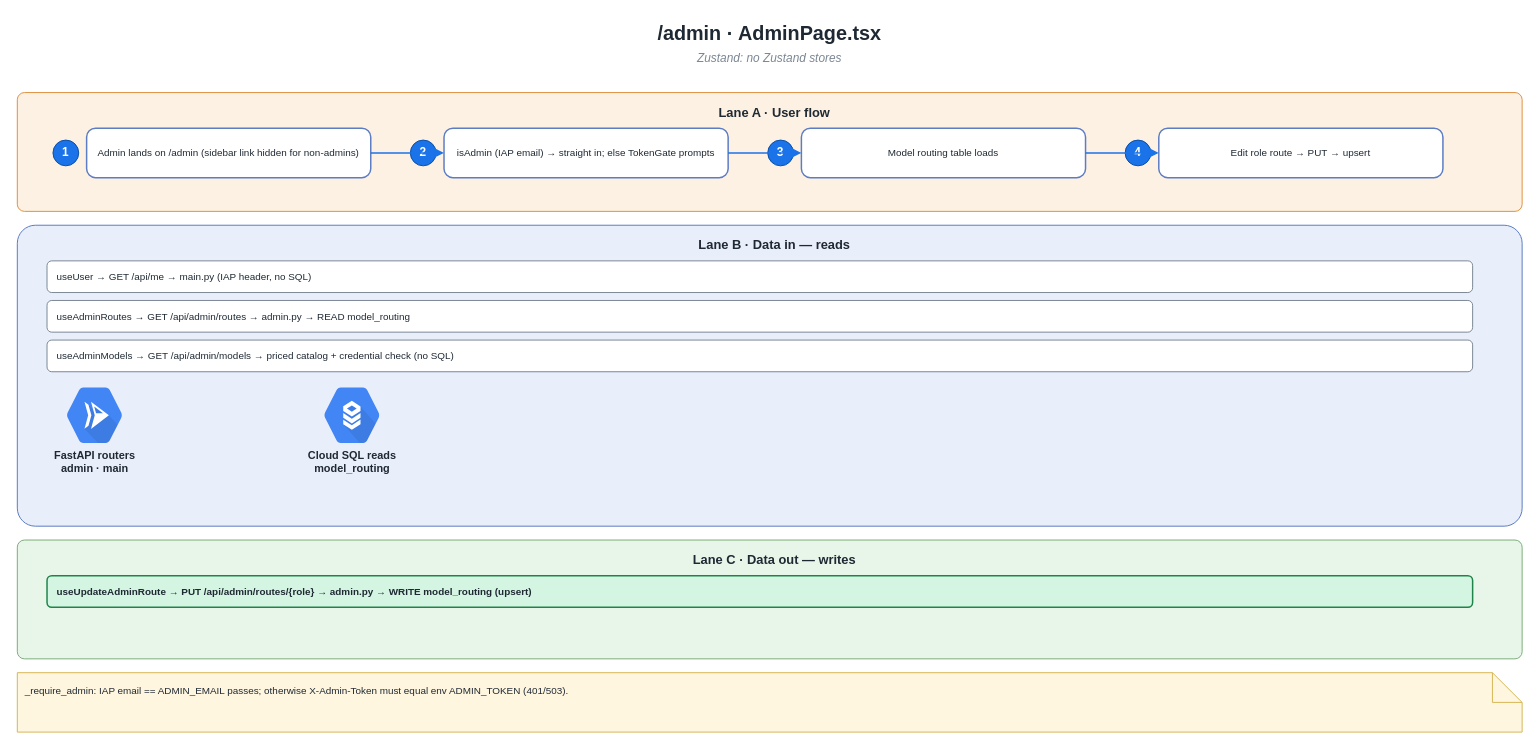
TeneikaAskew/solyra keeps this draw.io diagram as page "13 · Admin" (14 of 15) of Frontend-icons.drawio. Above is the earlier version. Source tidied: cells renumbered, new cells numbered last; positions are measured from the earlier drawing's top-left corner, leaving out a move shared by most shapes. Both pictures are drawn from the tidied source at 99%, with x=0, y=0 at pixel (17, 17).
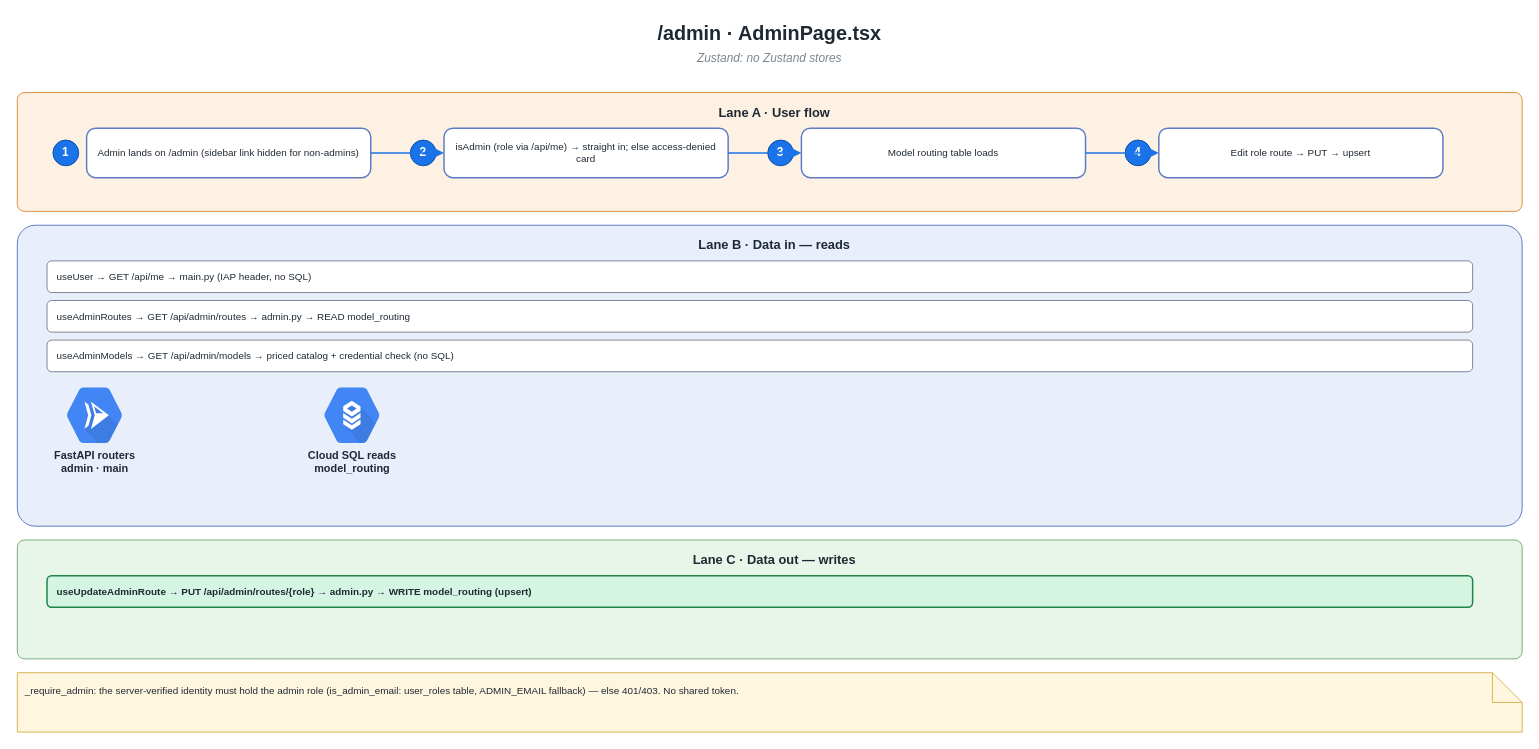
The same diagram, later.

Commit message (it also covers changes not shown here):
chore(admin): remove the shared admin-token gate in favor of roles

Change to the diagram source:
```diff
@@
-    <mxCell id="8" value="isAdmin (IAP email) → straight in; else TokenGate prompts" style="rounded=1;arcSize=18;whiteSpace=wrap;html=1;fillColor=#ffffff;strokeColor=#5c7cc4;strokeWidth=1.5;fontSize=10;fontColor=#1f2933;align=center;verticalAlign=middle;" parent="1" vertex="1">
+    <mxCell id="8" value="isAdmin (role via /api/me) → straight in; else access-denied card" style="rounded=1;arcSize=18;whiteSpace=wrap;html=1;fillColor=#ffffff;strokeColor=#5c7cc4;strokeWidth=1.5;fontSize=10;fontColor=#1f2933;align=center;verticalAlign=middle;" parent="1" vertex="1">
       <mxGeometry x="431" y="112" width="287" height="50" as="geometry" />
     </mxCell>
@@
-    <mxCell id="24" value="_require_admin: IAP email == ADMIN_EMAIL passes; otherwise X-Admin-Token must equal env ADMIN_TOKEN (401/503)." style="shape=note;whiteSpace=wrap;html=1;fillColor=#fff6e0;strokeColor=#d6b656;strokeWidth=1;fontSize=10;align=left;verticalAlign=top;spacing=8;fontColor=#1f2933;" parent="1" vertex="1">
+    <mxCell id="24" value="_require_admin: the server-verified identity must hold the admin role (is_admin_email: user_roles table, ADMIN_EMAIL fallback) — else 401/403. No shared token." style="shape=note;whiteSpace=wrap;html=1;fillColor=#fff6e0;strokeColor=#d6b656;strokeWidth=1;fontSize=10;align=left;verticalAlign=top;spacing=8;fontColor=#1f2933;" parent="1" vertex="1">
       <mxGeometry y="662" width="1520" height="60" as="geometry" />
     </mxCell>
```
